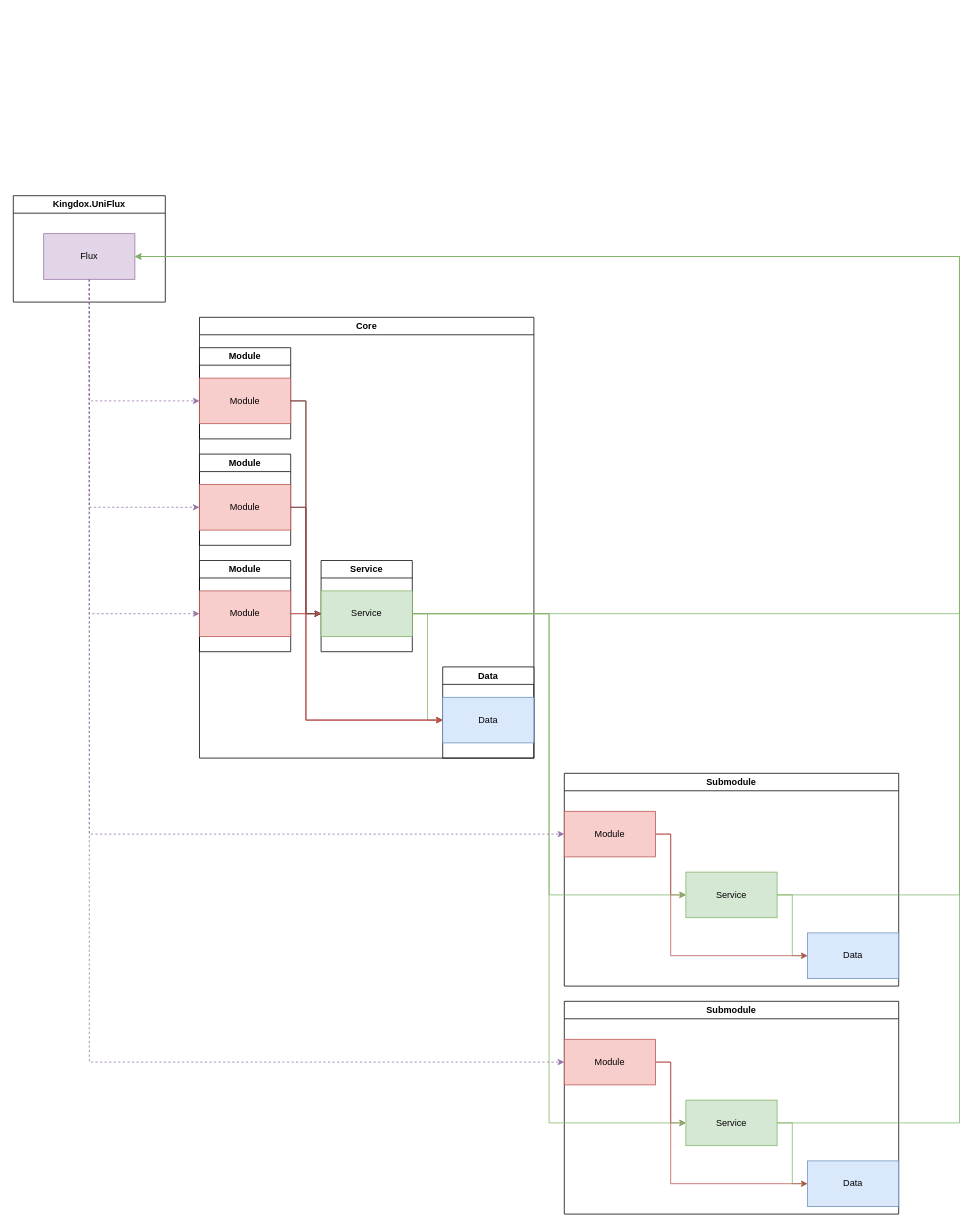
xavierarpa/UniFlux keeps this draw.io diagram as Contents/Architecture.drawio. Above is the earlier version. Source tidied: cells renumbered, new cells numbered last; positions are measured from the earlier drawing's top-left corner, leaving out a move shared by most shapes. Both pictures are drawn from the tidied source at 76%, with x=0, y=0 at pixel (13, 195).
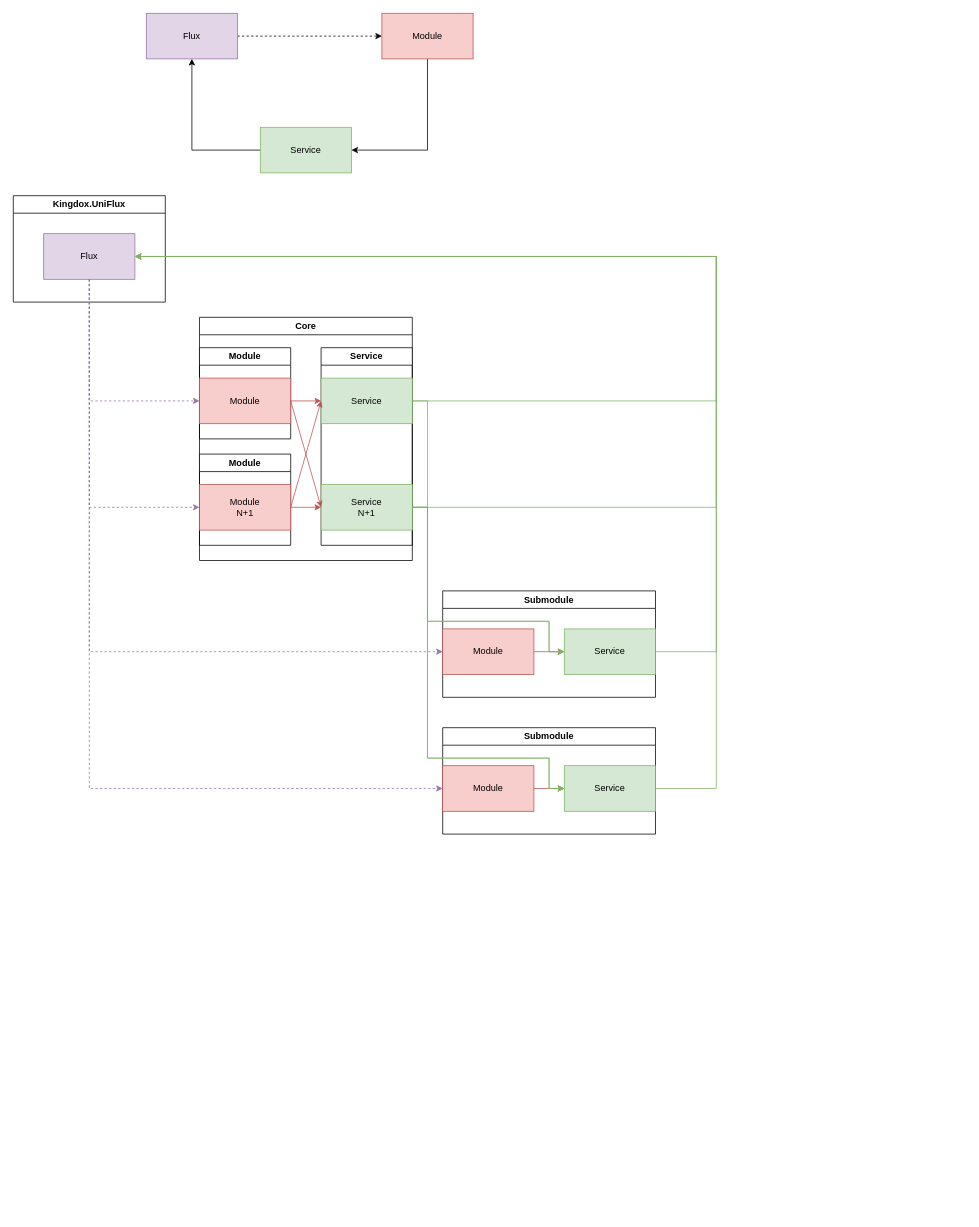
Above is the later version.

Unchanged cells that the change refers to:
```xml
<mxCell id="8" value="Module" style="rounded=0;whiteSpace=wrap;html=1;fillColor=#f8cecc;strokeColor=#b85450;" parent="2" vertex="1">
  <mxGeometry y="50" width="120" height="60" as="geometry" />
</mxCell>
<mxCell id="15" value="Module" style="rounded=0;whiteSpace=wrap;html=1;fillColor=#f8cecc;strokeColor=#b85450;" parent="9" vertex="1">
  <mxGeometry y="50" width="120" height="60" as="geometry" />
</mxCell>
<mxCell id="17" value="Flux" style="rounded=0;whiteSpace=wrap;html=1;fillColor=#e1d5e7;strokeColor=#9673a6;" parent="16" vertex="1">
  <mxGeometry x="40" y="50" width="120" height="60" as="geometry" />
</mxCell>
<mxCell id="20" value="Module" style="rounded=0;whiteSpace=wrap;html=1;fillColor=#f8cecc;strokeColor=#b85450;" parent="19" vertex="1">
  <mxGeometry y="40" width="120" height="60" as="geometry" />
</mxCell>
<mxCell id="21" value="Module" style="swimlane;whiteSpace=wrap;html=1;" parent="18" vertex="1">
  <mxGeometry y="180" width="120" height="120" as="geometry" />
</mxCell>
<mxCell id="26" value="Service" style="rounded=0;whiteSpace=wrap;html=1;fillColor=#d5e8d4;strokeColor=#82b366;" parent="25" vertex="1">
  <mxGeometry y="40" width="120" height="60" as="geometry" />
</mxCell>
```

What changed in the source:
```diff
@@
     <mxCell id="2" value="Submodule" style="swimlane;whiteSpace=wrap;html=1;" parent="1" vertex="1">
-      <mxGeometry x="725" y="760" width="440" height="280" as="geometry" />
+      <mxGeometry x="565" y="520" width="280" height="140" as="geometry" />
     </mxCell>
-    <mxCell id="3" value="Data" style="rounded=0;whiteSpace=wrap;html=1;fillColor=#dae8fc;strokeColor=#6c8ebf;" parent="2" vertex="1">
-      <mxGeometry x="320" y="210" width="120" height="60" as="geometry" />
-    </mxCell>
-    <mxCell id="4" style="edgeStyle=orthogonalEdgeStyle;rounded=0;jettySize=auto;html=1;entryX=0;entryY=0.5;entryDx=0;entryDy=0;fillColor=#d5e8d4;strokeColor=#82b366;" parent="2" edge="1" source="5" target="3">
-      <mxGeometry relative="1" as="geometry" />
-    </mxCell>
     <mxCell id="5" value="Service" style="rounded=0;whiteSpace=wrap;html=1;fillColor=#d5e8d4;strokeColor=#82b366;" parent="2" vertex="1">
-      <mxGeometry x="160" y="130" width="120" height="60" as="geometry" />
+      <mxGeometry x="160" y="50" width="120" height="60" as="geometry" />
     </mxCell>
-    <mxCell id="6" style="edgeStyle=orthogonalEdgeStyle;rounded=0;jettySize=auto;html=1;entryX=0;entryY=0.5;entryDx=0;entryDy=0;fillColor=#f8cecc;strokeColor=#b85450;" parent="2" edge="1" source="8" target="3">
-      <mxGeometry relative="1" as="geometry">
-        <Array as="points">
-          <mxPoint x="140" y="80" />
-          <mxPoint x="140" y="240" />
-        </Array>
-      </mxGeometry>
-    </mxCell>
@@
     <mxCell id="9" value="Submodule" style="swimlane;whiteSpace=wrap;html=1;" parent="1" vertex="1">
-      <mxGeometry x="725" y="1060" width="440" height="280" as="geometry" />
+      <mxGeometry x="565" y="700" width="280" height="140" as="geometry" />
     </mxCell>
-    <mxCell id="10" value="Data" style="rounded=0;whiteSpace=wrap;html=1;fillColor=#dae8fc;strokeColor=#6c8ebf;" parent="9" vertex="1">
-      <mxGeometry x="320" y="210" width="120" height="60" as="geometry" />
-    </mxCell>
-    <mxCell id="11" style="edgeStyle=orthogonalEdgeStyle;rounded=0;jettySize=auto;html=1;entryX=0;entryY=0.5;entryDx=0;entryDy=0;fillColor=#d5e8d4;strokeColor=#82b366;" parent="9" edge="1" source="12" target="10">
-      <mxGeometry relative="1" as="geometry" />
-    </mxCell>
     <mxCell id="12" value="Service" style="rounded=0;whiteSpace=wrap;html=1;fillColor=#d5e8d4;strokeColor=#82b366;" parent="9" vertex="1">
-      <mxGeometry x="160" y="130" width="120" height="60" as="geometry" />
+      <mxGeometry x="160" y="50" width="120" height="60" as="geometry" />
     </mxCell>
-    <mxCell id="13" style="edgeStyle=orthogonalEdgeStyle;rounded=0;jettySize=auto;html=1;entryX=0;entryY=0.5;entryDx=0;entryDy=0;fillColor=#f8cecc;strokeColor=#b85450;" parent="9" edge="1" source="15" target="10">
-      <mxGeometry relative="1" as="geometry">
-        <Array as="points">
-          <mxPoint x="140" y="80" />
-          <mxPoint x="140" y="240" />
-        </Array>
-      </mxGeometry>
-    </mxCell>
@@
     <mxCell id="18" value="Core" style="swimlane;whiteSpace=wrap;html=1;" parent="1" vertex="1">
-      <mxGeometry x="245" y="160" width="440" height="580" as="geometry" />
+      <mxGeometry x="245" y="160" width="280" height="320" as="geometry" />
     </mxCell>
@@
-    <mxCell id="22" value="Module" style="rounded=0;whiteSpace=wrap;html=1;fillColor=#f8cecc;strokeColor=#b85450;" parent="21" vertex="1">
+    <mxCell id="22" value="Module&lt;br&gt;N+1" style="rounded=0;whiteSpace=wrap;html=1;fillColor=#f8cecc;strokeColor=#b85450;" parent="21" vertex="1">
       <mxGeometry y="40" width="120" height="60" as="geometry" />
     </mxCell>
-    <mxCell id="23" value="Module" style="swimlane;whiteSpace=wrap;html=1;" parent="18" vertex="1">
-      <mxGeometry y="320" width="120" height="120" as="geometry" />
-    </mxCell>
-    <mxCell id="24" value="Module" style="rounded=0;whiteSpace=wrap;html=1;fillColor=#f8cecc;strokeColor=#b85450;" parent="23" vertex="1">
-      <mxGeometry y="40" width="120" height="60" as="geometry" />
-    </mxCell>
     <mxCell id="25" value="Service" style="swimlane;whiteSpace=wrap;html=1;" parent="18" vertex="1">
-      <mxGeometry x="160" y="320" width="120" height="120" as="geometry" />
+      <mxGeometry x="160" y="40" width="120" height="260" as="geometry" />
     </mxCell>
@@
-    <mxCell id="27" value="Data" style="swimlane;whiteSpace=wrap;html=1;" parent="18" vertex="1">
-      <mxGeometry x="320" y="460" width="120" height="120" as="geometry" />
-    </mxCell>
-    <mxCell id="28" value="Data" style="rounded=0;whiteSpace=wrap;html=1;fillColor=#dae8fc;strokeColor=#6c8ebf;" parent="27" vertex="1">
-      <mxGeometry y="40" width="120" height="60" as="geometry" />
-    </mxCell>
+    <mxCell id="46" value="Service &lt;br&gt;N+1" style="rounded=0;whiteSpace=wrap;html=1;fillColor=#d5e8d4;strokeColor=#82b366;" parent="25" vertex="1">
+      <mxGeometry y="180" width="120" height="60" as="geometry" />
+    </mxCell>
-    <mxCell id="29" style="edgeStyle=orthogonalEdgeStyle;rounded=0;jettySize=auto;html=1;entryX=0;entryY=0.5;entryDx=0;entryDy=0;" parent="18" edge="1" source="20" target="26">
-      <mxGeometry relative="1" as="geometry">
-        <Array as="points">
-          <mxPoint x="140" y="110" />
-          <mxPoint x="140" y="390" />
-        </Array>
-      </mxGeometry>
+    <mxCell id="29" style="edgeStyle=none;jettySize=auto;html=1;rounded=0;exitX=1;exitY=0.5;exitDx=0;exitDy=0;fillColor=#f8cecc;strokeColor=#b85450;" parent="18" edge="1" source="20" target="26">
+      <mxGeometry relative="1" as="geometry" />
     </mxCell>
-    <mxCell id="30" style="edgeStyle=orthogonalEdgeStyle;rounded=0;jettySize=auto;html=1;entryX=0;entryY=0.5;entryDx=0;entryDy=0;" parent="18" edge="1" source="22" target="26">
+    <mxCell id="30" style="edgeStyle=none;jettySize=auto;html=1;rounded=0;exitX=1;exitY=0.5;exitDx=0;exitDy=0;entryX=0;entryY=0.5;entryDx=0;entryDy=0;fillColor=#f8cecc;strokeColor=#b85450;" parent="18" edge="1" source="22" target="26">
       <mxGeometry relative="1" as="geometry" />
     </mxCell>
-    <mxCell id="31" style="edgeStyle=orthogonalEdgeStyle;rounded=0;jettySize=auto;html=1;entryX=0;entryY=0.5;entryDx=0;entryDy=0;fillColor=#f8cecc;strokeColor=#b85450;" parent="18" edge="1" source="24" target="26">
-      <mxGeometry relative="1" as="geometry">
-        <Array as="points">
-          <mxPoint x="100" y="390" />
-          <mxPoint x="100" y="390" />
-        </Array>
-      </mxGeometry>
-    </mxCell>
-    <mxCell id="32" style="edgeStyle=orthogonalEdgeStyle;rounded=0;jettySize=auto;html=1;entryX=0;entryY=0.5;entryDx=0;entryDy=0;fillColor=#d5e8d4;strokeColor=#82b366;" parent="18" edge="1" source="26" target="28">
-      <mxGeometry relative="1" as="geometry" />
-    </mxCell>
-    <mxCell id="33" style="edgeStyle=orthogonalEdgeStyle;rounded=0;jettySize=auto;html=1;entryX=0;entryY=0.5;entryDx=0;entryDy=0;fillColor=#f8cecc;strokeColor=#b85450;" parent="18" edge="1" source="20" target="28">
-      <mxGeometry relative="1" as="geometry">
-        <Array as="points">
-          <mxPoint x="140" y="110" />
-          <mxPoint x="140" y="530" />
-        </Array>
-      </mxGeometry>
-    </mxCell>
-    <mxCell id="34" style="edgeStyle=orthogonalEdgeStyle;rounded=0;jettySize=auto;html=1;entryX=0;entryY=0.5;entryDx=0;entryDy=0;fillColor=#f8cecc;strokeColor=#b85450;" parent="18" edge="1" source="22" target="28">
-      <mxGeometry relative="1" as="geometry">
-        <Array as="points">
-          <mxPoint x="140" y="250" />
-          <mxPoint x="140" y="530" />
-        </Array>
-      </mxGeometry>
-    </mxCell>
-    <mxCell id="35" style="edgeStyle=orthogonalEdgeStyle;rounded=0;jettySize=auto;html=1;entryX=0;entryY=0.5;entryDx=0;entryDy=0;fillColor=#f8cecc;strokeColor=#b85450;" parent="18" edge="1" source="24" target="28">
-      <mxGeometry relative="1" as="geometry">
-        <Array as="points">
-          <mxPoint x="140" y="390" />
-          <mxPoint x="140" y="530" />
-        </Array>
-      </mxGeometry>
-    </mxCell>
-    <mxCell id="36" style="edgeStyle=orthogonalEdgeStyle;rounded=0;jettySize=auto;html=1;entryX=0;entryY=0.5;entryDx=0;entryDy=0;fillColor=#d5e8d4;strokeColor=#82b366;" parent="1" edge="1" source="26" target="5">
-      <mxGeometry relative="1" as="geometry" />
-    </mxCell>
-    <mxCell id="37" style="edgeStyle=orthogonalEdgeStyle;rounded=0;jettySize=auto;html=1;entryX=0;entryY=0.5;entryDx=0;entryDy=0;fillColor=#d5e8d4;strokeColor=#82b366;" parent="1" edge="1" source="26" target="12">
-      <mxGeometry relative="1" as="geometry" />
-    </mxCell>
-    <mxCell id="38" style="edgeStyle=orthogonalEdgeStyle;rounded=0;jettySize=auto;html=1;entryX=1;entryY=0.5;entryDx=0;entryDy=0;fillColor=#d5e8d4;strokeColor=#82b366;" parent="1" edge="1" source="26" target="17">
-      <mxGeometry relative="1" as="geometry">
-        <Array as="points">
-          <mxPoint x="1245" y="550" />
-          <mxPoint x="1245" y="80" />
-        </Array>
-      </mxGeometry>
-    </mxCell>
+    <mxCell id="47" style="edgeStyle=none;jettySize=auto;html=1;rounded=0;exitX=1;exitY=0.5;exitDx=0;exitDy=0;fillColor=#f8cecc;strokeColor=#b85450;entryX=0;entryY=0.5;entryDx=0;entryDy=0;" parent="18" edge="1" source="20" target="46">
+      <mxGeometry relative="1" as="geometry" />
+    </mxCell>
+    <mxCell id="48" style="edgeStyle=none;jettySize=auto;html=1;rounded=0;exitX=1;exitY=0.5;exitDx=0;exitDy=0;fillColor=#f8cecc;strokeColor=#b85450;entryX=0;entryY=0.5;entryDx=0;entryDy=0;" parent="18" edge="1" source="22" target="46">
+      <mxGeometry relative="1" as="geometry" />
+    </mxCell>
-    <mxCell id="39" style="edgeStyle=orthogonalEdgeStyle;rounded=0;jettySize=auto;html=1;entryX=1;entryY=0.5;entryDx=0;entryDy=0;fillColor=#d5e8d4;strokeColor=#82b366;" parent="1" edge="1" source="5" target="17">
+    <mxCell id="39" style="edgeStyle=orthogonalEdgeStyle;rounded=0;jettySize=auto;html=1;entryX=1;entryY=0.5;entryDx=0;entryDy=0;fillColor=#d5e8d4;strokeColor=#82b366;exitX=1;exitY=0.5;exitDx=0;exitDy=0;" parent="1" edge="1" source="5" target="17">
       <mxGeometry relative="1" as="geometry">
         <Array as="points">
-          <mxPoint x="1245" y="920" />
-          <mxPoint x="1245" y="80" />
+          <mxPoint x="925" y="600" />
+          <mxPoint x="925" y="80" />
         </Array>
       </mxGeometry>
     </mxCell>
     <mxCell id="40" style="edgeStyle=orthogonalEdgeStyle;rounded=0;jettySize=auto;html=1;entryX=1;entryY=0.5;entryDx=0;entryDy=0;fillColor=#d5e8d4;strokeColor=#82b366;" parent="1" edge="1" source="12" target="17">
       <mxGeometry relative="1" as="geometry">
         <Array as="points">
-          <mxPoint x="1245" y="1220" />
-          <mxPoint x="1245" y="80" />
+          <mxPoint x="925" y="780" />
+          <mxPoint x="925" y="80" />
         </Array>
       </mxGeometry>
     </mxCell>
@@
-    <mxCell id="43" style="edgeStyle=orthogonalEdgeStyle;rounded=0;jettySize=auto;html=1;exitX=0.5;exitY=1;exitDx=0;exitDy=0;entryX=0;entryY=0.5;entryDx=0;entryDy=0;dashed=1;fillColor=#e1d5e7;strokeColor=#9673a6;" parent="1" edge="1" source="17" target="24">
-      <mxGeometry relative="1" as="geometry" />
-    </mxCell>
@@
+    <mxCell id="38" style="edgeStyle=orthogonalEdgeStyle;rounded=0;jettySize=auto;html=1;exitX=1;exitY=0.5;exitDx=0;exitDy=0;entryX=1;entryY=0.5;entryDx=0;entryDy=0;fillColor=#d5e8d4;strokeColor=#82b366;" parent="1" edge="1" source="26" target="17">
+      <mxGeometry relative="1" as="geometry">
+        <Array as="points">
+          <mxPoint x="925" y="270" />
+          <mxPoint x="925" y="80" />
+        </Array>
+      </mxGeometry>
+    </mxCell>
+    <mxCell id="49" style="edgeStyle=orthogonalEdgeStyle;rounded=0;jettySize=auto;html=1;exitX=1;exitY=0.5;exitDx=0;exitDy=0;entryX=1;entryY=0.5;entryDx=0;entryDy=0;fillColor=#d5e8d4;strokeColor=#82b366;" parent="1" edge="1" source="46" target="17">
+      <mxGeometry relative="1" as="geometry">
+        <Array as="points">
+          <mxPoint x="925" y="410" />
+          <mxPoint x="925" y="80" />
+        </Array>
+      </mxGeometry>
+    </mxCell>
+    <mxCell id="50" style="edgeStyle=orthogonalEdgeStyle;rounded=0;jettySize=auto;html=1;dashed=1;" parent="1" edge="1" source="51" target="24">
+      <mxGeometry relative="1" as="geometry" />
+    </mxCell>
+    <mxCell id="51" value="Flux" style="rounded=0;whiteSpace=wrap;html=1;fillColor=#e1d5e7;strokeColor=#9673a6;" parent="1" vertex="1">
+      <mxGeometry x="175" y="-240" width="120" height="60" as="geometry" />
+    </mxCell>
+    <mxCell id="52" style="edgeStyle=orthogonalEdgeStyle;rounded=0;jettySize=auto;html=1;entryX=1;entryY=0.5;entryDx=0;entryDy=0;" parent="1" edge="1" source="24" target="54">
+      <mxGeometry relative="1" as="geometry">
+        <Array as="points">
+          <mxPoint x="545" y="-60" />
+        </Array>
+      </mxGeometry>
+    </mxCell>
+    <mxCell id="24" value="Module" style="rounded=0;whiteSpace=wrap;html=1;fillColor=#f8cecc;strokeColor=#b85450;" parent="1" vertex="1">
+      <mxGeometry x="485" y="-240" width="120" height="60" as="geometry" />
+    </mxCell>
+    <mxCell id="53" style="edgeStyle=orthogonalEdgeStyle;rounded=0;jettySize=auto;html=1;" parent="1" edge="1" source="54" target="51">
+      <mxGeometry relative="1" as="geometry" />
+    </mxCell>
+    <mxCell id="54" value="Service" style="rounded=0;whiteSpace=wrap;html=1;fillColor=#d5e8d4;strokeColor=#82b366;" parent="1" vertex="1">
+      <mxGeometry x="325" y="-90" width="120" height="60" as="geometry" />
+    </mxCell>
+    <mxCell id="55" style="edgeStyle=orthogonalEdgeStyle;rounded=0;jettySize=auto;html=1;entryX=0;entryY=0.5;entryDx=0;entryDy=0;fillColor=#d5e8d4;strokeColor=#82b366;" parent="1" edge="1" source="46" target="5">
+      <mxGeometry relative="1" as="geometry">
+        <Array as="points">
+          <mxPoint x="545" y="410" />
+          <mxPoint x="545" y="560" />
+          <mxPoint x="705" y="560" />
+          <mxPoint x="705" y="600" />
+        </Array>
+      </mxGeometry>
+    </mxCell>
+    <mxCell id="56" style="edgeStyle=orthogonalEdgeStyle;rounded=0;jettySize=auto;html=1;exitX=1;exitY=0.5;exitDx=0;exitDy=0;entryX=0;entryY=0.5;entryDx=0;entryDy=0;fillColor=#d5e8d4;strokeColor=#82b366;" parent="1" edge="1" source="46" target="12">
+      <mxGeometry relative="1" as="geometry">
+        <Array as="points">
+          <mxPoint x="545" y="410" />
+          <mxPoint x="545" y="740" />
+          <mxPoint x="705" y="740" />
+          <mxPoint x="705" y="780" />
+        </Array>
+      </mxGeometry>
+    </mxCell>
+    <mxCell id="36" style="edgeStyle=orthogonalEdgeStyle;rounded=0;jettySize=auto;html=1;exitX=1;exitY=0.5;exitDx=0;exitDy=0;entryX=0;entryY=0.5;entryDx=0;entryDy=0;fillColor=#d5e8d4;strokeColor=#82b366;" parent="1" edge="1" source="26" target="5">
+      <mxGeometry relative="1" as="geometry">
+        <Array as="points">
+          <mxPoint x="545" y="270" />
+          <mxPoint x="545" y="560" />
+          <mxPoint x="705" y="560" />
+          <mxPoint x="705" y="600" />
+        </Array>
+      </mxGeometry>
+    </mxCell>
+    <mxCell id="57" style="edgeStyle=orthogonalEdgeStyle;rounded=0;jettySize=auto;html=1;exitX=1;exitY=0.5;exitDx=0;exitDy=0;entryX=0;entryY=0.5;entryDx=0;entryDy=0;fillColor=#d5e8d4;strokeColor=#82b366;" parent="1" edge="1" source="46" target="12">
+      <mxGeometry relative="1" as="geometry">
+        <Array as="points">
+          <mxPoint x="545" y="410" />
+          <mxPoint x="545" y="740" />
+          <mxPoint x="705" y="740" />
+          <mxPoint x="705" y="780" />
+        </Array>
+      </mxGeometry>
+    </mxCell>
```
